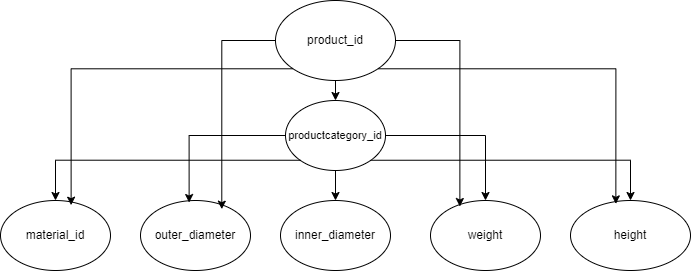
The draw.io diagram causal_graphs/duration_causal_graph.drawio.png in MJ-2004/Thesis-2025, before a commit. Source tidied: cells renumbered, new cells last; positions are measured from the earlier drawing's top-left corner, leaving out a move shared by most shapes.
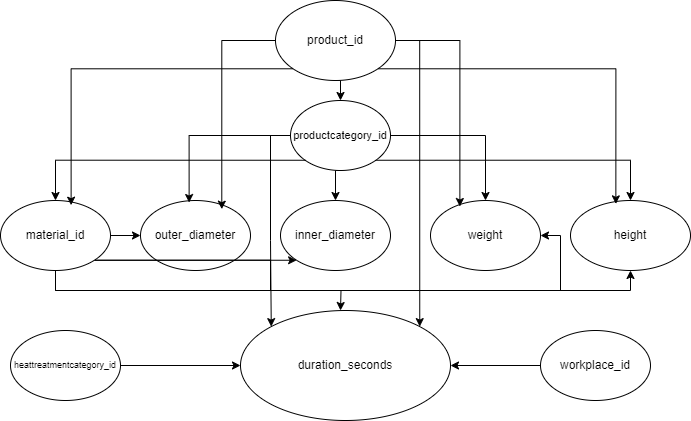
After the commit.

Commit message:
cauasal graph duration updated

Diff of the diagram source:
```diff
@@ -14,6 +14,23 @@
     <mxCell id="5" value="outer_diameter" style="ellipse;whiteSpace=wrap;html=1;" parent="1" vertex="1">
       <mxGeometry x="140" y="200" width="110" height="70" as="geometry" />
     </mxCell>
+    <mxCell id="19" style="edgeStyle=orthogonalEdgeStyle;rounded=0;jettySize=auto;html=1;exitX=1;exitY=0.5;exitDx=0;exitDy=0;entryX=0;entryY=0.5;entryDx=0;entryDy=0;" parent="1" edge="1" source="6" target="5">
+      <mxGeometry relative="1" as="geometry" />
+    </mxCell>
+    <mxCell id="20" style="edgeStyle=orthogonalEdgeStyle;rounded=0;jettySize=auto;html=1;exitX=1;exitY=1;exitDx=0;exitDy=0;entryX=0;entryY=1;entryDx=0;entryDy=0;" parent="1" edge="1" source="6" target="4">
+      <mxGeometry relative="1" as="geometry" />
+    </mxCell>
+    <mxCell id="21" style="edgeStyle=orthogonalEdgeStyle;rounded=0;jettySize=auto;html=1;exitX=0.5;exitY=1;exitDx=0;exitDy=0;entryX=0.5;entryY=1;entryDx=0;entryDy=0;" parent="1" edge="1" source="6" target="2">
+      <mxGeometry relative="1" as="geometry" />
+    </mxCell>
+    <mxCell id="22" style="edgeStyle=orthogonalEdgeStyle;rounded=0;jettySize=auto;html=1;exitX=0;exitY=1;exitDx=0;exitDy=0;entryX=1;entryY=0.5;entryDx=0;entryDy=0;" parent="1" edge="1" source="6" target="3">
+      <mxGeometry relative="1" as="geometry" />
+    </mxCell>
+    <mxCell id="23" style="edgeStyle=orthogonalEdgeStyle;rounded=0;jettySize=auto;html=1;exitX=0.5;exitY=1;exitDx=0;exitDy=0;" parent="1" edge="1" source="6">
+      <mxGeometry relative="1" as="geometry">
+        <mxPoint x="340" y="310" as="targetPoint" />
+      </mxGeometry>
+    </mxCell>
     <mxCell id="6" value="material_id" style="ellipse;whiteSpace=wrap;html=1;" parent="1" vertex="1">
       <mxGeometry y="200" width="110" height="70" as="geometry" />
     </mxCell>
@@ -23,12 +40,23 @@
     <mxCell id="8" style="edgeStyle=orthogonalEdgeStyle;rounded=0;jettySize=auto;html=1;exitX=1;exitY=1;exitDx=0;exitDy=0;entryX=0.5;entryY=0;entryDx=0;entryDy=0;" parent="1" edge="1" source="9" target="2">
       <mxGeometry relative="1" as="geometry" />
     </mxCell>
+    <mxCell id="24" style="edgeStyle=orthogonalEdgeStyle;rounded=0;jettySize=auto;html=1;exitX=0;exitY=0.5;exitDx=0;exitDy=0;entryX=0;entryY=0;entryDx=0;entryDy=0;" parent="1" edge="1" source="9" target="30">
+      <mxGeometry relative="1" as="geometry" />
+    </mxCell>
     <mxCell id="9" value="productcategory_id" style="ellipse;whiteSpace=wrap;html=1;fontSize=11;" parent="1" vertex="1">
-      <mxGeometry x="285" y="100" width="100" height="70" as="geometry" />
+      <mxGeometry x="290" y="100" width="100" height="70" as="geometry" />
     </mxCell>
     <mxCell id="10" style="edgeStyle=orthogonalEdgeStyle;rounded=0;jettySize=auto;html=1;exitX=0.5;exitY=1;exitDx=0;exitDy=0;entryX=0.5;entryY=0;entryDx=0;entryDy=0;" parent="1" edge="1" source="11" target="9">
       <mxGeometry relative="1" as="geometry" />
     </mxCell>
+    <mxCell id="25" style="edgeStyle=orthogonalEdgeStyle;rounded=0;jettySize=auto;html=1;exitX=0.908;exitY=0.2;exitDx=0;exitDy=0;entryX=1;entryY=0;entryDx=0;entryDy=0;exitPerimeter=0;" parent="1" edge="1" target="30">
+      <mxGeometry relative="1" as="geometry">
+        <mxPoint x="395" y="40" as="sourcePoint" />
+        <Array as="points">
+          <mxPoint x="419" y="40" />
+        </Array>
+      </mxGeometry>
+    </mxCell>
     <mxCell id="11" value="product_id" style="ellipse;whiteSpace=wrap;html=1;" parent="1" vertex="1">
       <mxGeometry x="275" width="120" height="80" as="geometry" />
     </mxCell>
@@ -53,5 +81,20 @@
     <mxCell id="18" style="edgeStyle=orthogonalEdgeStyle;rounded=0;jettySize=auto;html=1;exitX=1;exitY=0.5;exitDx=0;exitDy=0;entryX=0.267;entryY=0.086;entryDx=0;entryDy=0;entryPerimeter=0;" parent="1" edge="1" source="11" target="3">
       <mxGeometry relative="1" as="geometry" />
     </mxCell>
+    <mxCell id="26" style="edgeStyle=orthogonalEdgeStyle;rounded=0;jettySize=auto;html=1;exitX=1;exitY=0.5;exitDx=0;exitDy=0;" parent="1" edge="1" source="27" target="30">
+      <mxGeometry relative="1" as="geometry" />
+    </mxCell>
+    <mxCell id="27" value="heattreatmentcategory_id" style="ellipse;whiteSpace=wrap;html=1;fontSize=9;" parent="1" vertex="1">
+      <mxGeometry x="10" y="330" width="110" height="70" as="geometry" />
+    </mxCell>
+    <mxCell id="28" style="edgeStyle=orthogonalEdgeStyle;rounded=0;jettySize=auto;html=1;exitX=0;exitY=0.5;exitDx=0;exitDy=0;entryX=1;entryY=0.5;entryDx=0;entryDy=0;" parent="1" edge="1" source="29" target="30">
+      <mxGeometry relative="1" as="geometry" />
+    </mxCell>
+    <mxCell id="29" value="workplace_id" style="ellipse;whiteSpace=wrap;html=1;" parent="1" vertex="1">
+      <mxGeometry x="540" y="330" width="110" height="70" as="geometry" />
+    </mxCell>
+    <mxCell id="30" value="duration_seconds" style="ellipse;whiteSpace=wrap;html=1;" parent="1" vertex="1">
+      <mxGeometry x="240" y="310" width="210" height="110" as="geometry" />
+    </mxCell>
   </root>
 </mxGraphModel>
```
